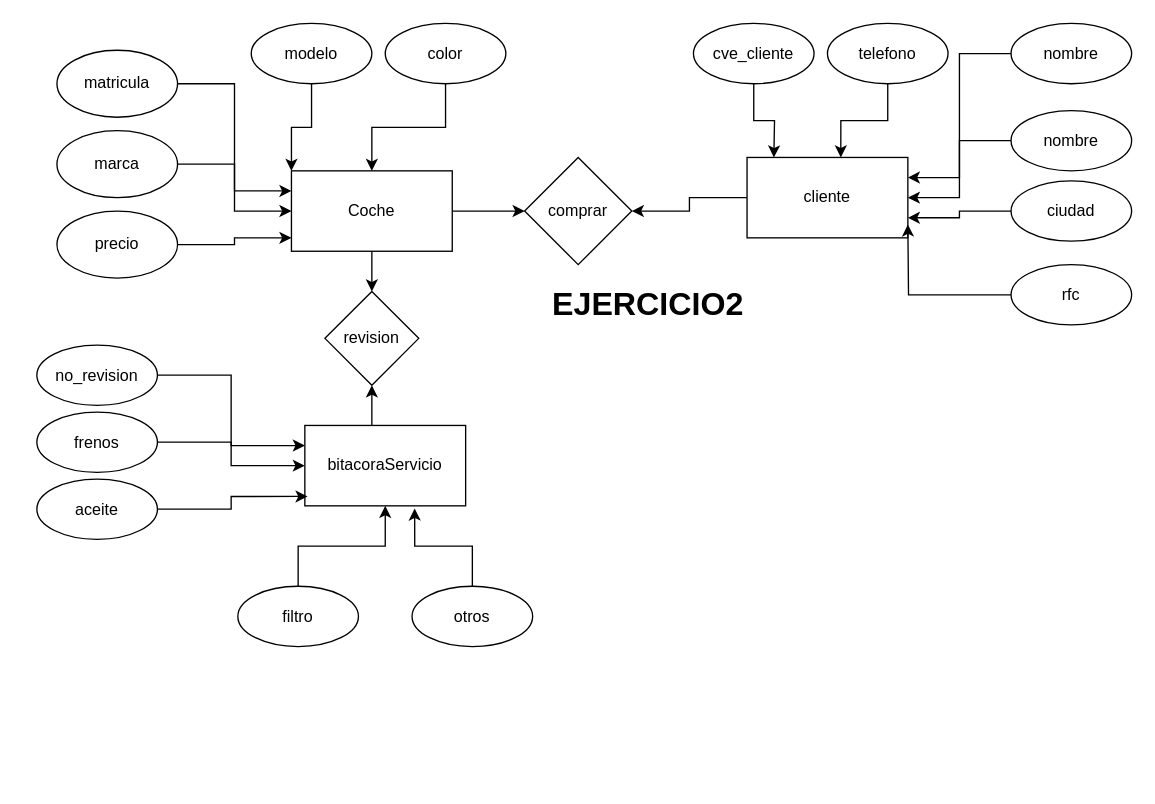
Above: ejercicio2.drawio in sofiaGibHub/baseDatos (draw.io), before the change. Source tidied: cells renumbered, new cells numbered last; positions are measured from the earlier drawing's top-left corner, leaving out a move shared by most shapes. Both pictures are drawn from the tidied source at 134%, with x=0, y=0 at pixel (36, 23).
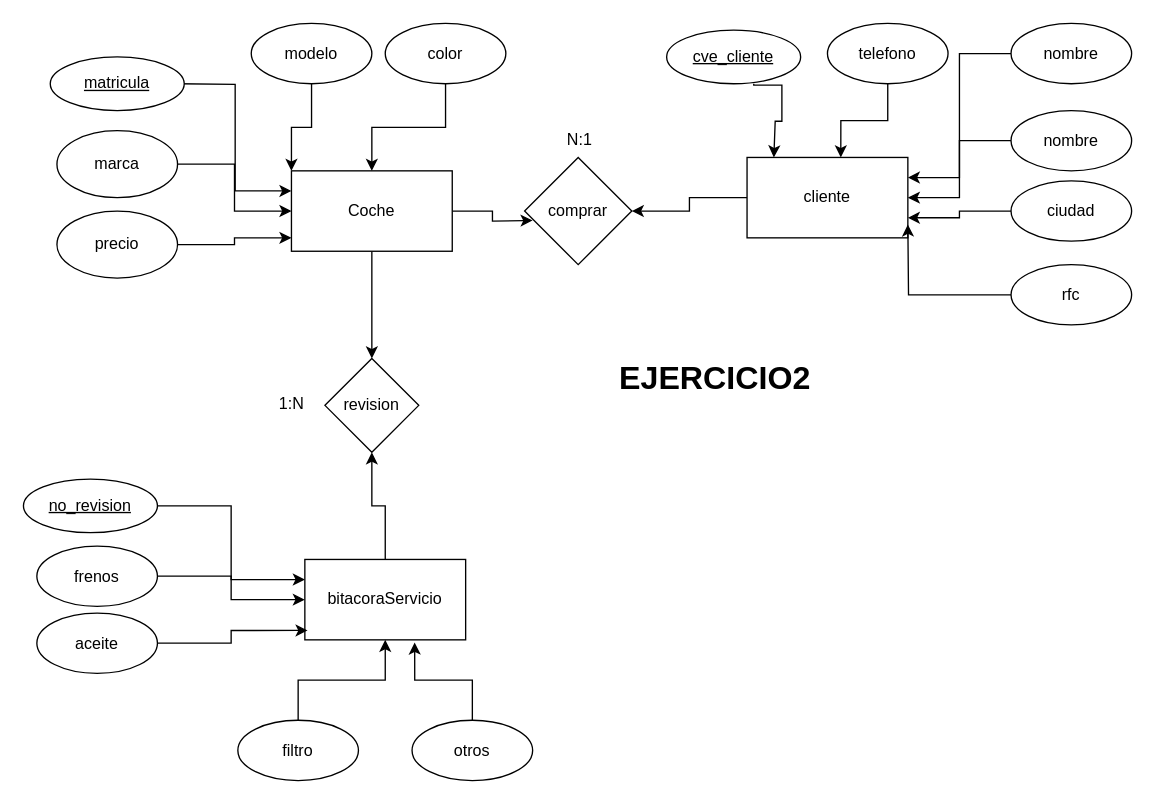
The same page after the edit.

Unchanged cells that the change refers to:
```xml
<mxCell id="4" value="Coche" style="rounded=0;whiteSpace=wrap;html=1;" parent="1" vertex="1">
  <mxGeometry x="190" y="110" width="120" height="60" as="geometry" />
</mxCell>
<mxCell id="16" value="cliente" style="rounded=0;whiteSpace=wrap;html=1;" parent="1" vertex="1">
  <mxGeometry x="530" y="100" width="120" height="60" as="geometry" />
</mxCell>
<mxCell id="29" value="comprar" style="rhombus;whiteSpace=wrap;html=1;" parent="1" vertex="1">
  <mxGeometry x="364" y="100" width="80" height="80" as="geometry" />
</mxCell>
```

Diff of the diagram source:
```diff
@@
-    <mxCell id="2" style="edgeStyle=orthogonalEdgeStyle;rounded=0;jettySize=auto;html=1;exitX=1;exitY=0.5;exitDx=0;exitDy=0;" parent="1" edge="1" source="4" target="29">
-      <mxGeometry relative="1" as="geometry" />
-    </mxCell>
+    <mxCell id="44" style="edgeStyle=orthogonalEdgeStyle;rounded=0;jettySize=auto;html=1;entryX=0.5;entryY=1.067;entryDx=0;entryDy=0;entryPerimeter=0;" parent="1" edge="1" source="4">
+      <mxGeometry relative="1" as="geometry">
+        <mxPoint x="370" y="147" as="targetPoint" />
+      </mxGeometry>
+    </mxCell>
-    <mxCell id="3" style="edgeStyle=orthogonalEdgeStyle;rounded=0;jettySize=auto;html=1;exitX=0.5;exitY=1;exitDx=0;exitDy=0;entryX=0.5;entryY=0;entryDx=0;entryDy=0;" parent="1" edge="1" source="4" target="42">
+    <mxCell id="3" style="edgeStyle=orthogonalEdgeStyle;rounded=0;jettySize=auto;html=1;" parent="1" edge="1" source="4" target="42">
       <mxGeometry relative="1" as="geometry" />
     </mxCell>
@@
-    <mxCell id="5" style="edgeStyle=orthogonalEdgeStyle;rounded=0;jettySize=auto;html=1;exitX=1;exitY=0.5;exitDx=0;exitDy=0;entryX=0;entryY=0.25;entryDx=0;entryDy=0;" parent="1" edge="1" source="6" target="4">
-      <mxGeometry relative="1" as="geometry" />
+    <mxCell id="5" style="edgeStyle=orthogonalEdgeStyle;rounded=0;jettySize=auto;html=1;exitX=1;exitY=0.5;exitDx=0;exitDy=0;entryX=0;entryY=0.25;entryDx=0;entryDy=0;" parent="1" edge="1" target="4">
+      <mxGeometry relative="1" as="geometry">
+        <mxPoint x="105" y="45" as="sourcePoint" />
+      </mxGeometry>
     </mxCell>
-    <mxCell id="6" value="matricula" style="ellipse;whiteSpace=wrap;html=1;" parent="1" vertex="1">
-      <mxGeometry x="15" y="20" width="90" height="50" as="geometry" />
-    </mxCell>
@@
-    <mxCell id="15" style="edgeStyle=orthogonalEdgeStyle;rounded=0;jettySize=auto;html=1;" parent="1" edge="1" source="16" target="29">
+    <mxCell id="15" style="edgeStyle=orthogonalEdgeStyle;rounded=0;jettySize=auto;html=1;entryX=1;entryY=0.5;entryDx=0;entryDy=0;" parent="1" edge="1" source="16" target="29">
       <mxGeometry relative="1" as="geometry" />
     </mxCell>
@@
-    <mxCell id="17" style="edgeStyle=orthogonalEdgeStyle;rounded=0;jettySize=auto;html=1;" parent="1" edge="1" source="18">
+    <mxCell id="17" style="edgeStyle=orthogonalEdgeStyle;rounded=0;orthogonalLoop=1;jettySize=auto;html=1;" parent="1" edge="1">
       <mxGeometry relative="1" as="geometry">
+        <mxPoint x="535" y="45" as="sourcePoint" />
         <mxPoint x="550" y="100" as="targetPoint" />
+        <Array as="points">
+          <mxPoint x="535" y="46" />
+          <mxPoint x="556" y="46" />
+          <mxPoint x="556" y="73" />
+          <mxPoint x="551" y="73" />
+        </Array>
       </mxGeometry>
     </mxCell>
-    <mxCell id="18" value="cve_cliente" style="ellipse;whiteSpace=wrap;html=1;" parent="1" vertex="1">
-      <mxGeometry x="490" width="90" height="45" as="geometry" />
-    </mxCell>
@@
-    <mxCell id="30" style="edgeStyle=orthogonalEdgeStyle;rounded=0;jettySize=auto;html=1;entryX=0.5;entryY=1;entryDx=0;entryDy=0;" parent="1" edge="1" source="31" target="42">
-      <mxGeometry relative="1" as="geometry">
-        <Array as="points">
-          <mxPoint x="250" y="300" />
-          <mxPoint x="250" y="300" />
-        </Array>
-      </mxGeometry>
+    <mxCell id="30" style="edgeStyle=orthogonalEdgeStyle;rounded=0;jettySize=auto;html=1;" parent="1" edge="1" source="31" target="42">
+      <mxGeometry relative="1" as="geometry" />
     </mxCell>
     <mxCell id="31" value="bitacoraServicio" style="rounded=0;whiteSpace=wrap;html=1;" parent="1" vertex="1">
-      <mxGeometry x="200" y="300" width="120" height="60" as="geometry" />
+      <mxGeometry x="200" y="400" width="120" height="60" as="geometry" />
     </mxCell>
@@
-    <mxCell id="33" value="no_revision&lt;br&gt;" style="ellipse;whiteSpace=wrap;html=1;" parent="1" vertex="1">
-      <mxGeometry y="240" width="90" height="45" as="geometry" />
-    </mxCell>
@@
     <mxCell id="35" value="frenos" style="ellipse;whiteSpace=wrap;html=1;" parent="1" vertex="1">
-      <mxGeometry y="290" width="90" height="45" as="geometry" />
+      <mxGeometry y="390" width="90" height="45" as="geometry" />
     </mxCell>
@@
     <mxCell id="37" value="aceite" style="ellipse;whiteSpace=wrap;html=1;" parent="1" vertex="1">
-      <mxGeometry y="340" width="90" height="45" as="geometry" />
+      <mxGeometry y="440" width="90" height="45" as="geometry" />
     </mxCell>
@@
     <mxCell id="39" value="filtro" style="ellipse;whiteSpace=wrap;html=1;" parent="1" vertex="1">
-      <mxGeometry x="150" y="420" width="90" height="45" as="geometry" />
+      <mxGeometry x="150" y="520" width="90" height="45" as="geometry" />
     </mxCell>
@@
     <mxCell id="41" value="otros" style="ellipse;whiteSpace=wrap;html=1;" parent="1" vertex="1">
-      <mxGeometry x="280" y="420" width="90" height="45" as="geometry" />
+      <mxGeometry x="280" y="520" width="90" height="45" as="geometry" />
     </mxCell>
     <mxCell id="42" value="revision" style="rhombus;whiteSpace=wrap;html=1;" parent="1" vertex="1">
-      <mxGeometry x="215" y="200" width="70" height="70" as="geometry" />
+      <mxGeometry x="215" y="250" width="70" height="70" as="geometry" />
     </mxCell>
     <mxCell id="43" value="&lt;h1&gt;EJERCICIO2&lt;/h1&gt;" style="text;html=1;strokeColor=none;fillColor=none;spacing=5;spacingTop=-20;whiteSpace=wrap;overflow=hidden;rounded=0;" parent="1" vertex="1">
-      <mxGeometry x="380" y="190" width="190" height="120" as="geometry" />
+      <mxGeometry x="430" y="245" width="190" height="120" as="geometry" />
     </mxCell>
+    <mxCell id="6" value="matricula" style="ellipse;whiteSpace=wrap;html=1;align=center;fontStyle=4;" parent="1" vertex="1">
+      <mxGeometry x="10" y="25" width="100" height="40" as="geometry" />
+    </mxCell>
+    <mxCell id="33" value="no_revision" style="ellipse;whiteSpace=wrap;html=1;align=center;fontStyle=4;" parent="1" vertex="1">
+      <mxGeometry x="-10" y="340" width="100" height="40" as="geometry" />
+    </mxCell>
+    <mxCell id="18" value="cve_cliente" style="ellipse;whiteSpace=wrap;html=1;align=center;fontStyle=4;" parent="1" vertex="1">
+      <mxGeometry x="470" y="5" width="100" height="40" as="geometry" />
+    </mxCell>
+    <mxCell id="45" value="N:1" style="text;strokeColor=none;fillColor=none;spacingLeft=4;spacingRight=4;overflow=hidden;fontSize=12;whiteSpace=wrap;html=1;" parent="1" vertex="1">
+      <mxGeometry x="390" y="72.5" width="40" height="30" as="geometry" />
+    </mxCell>
+    <mxCell id="46" value="1:N" style="text;strokeColor=none;fillColor=none;spacingLeft=4;spacingRight=4;overflow=hidden;fontSize=12;whiteSpace=wrap;html=1;" parent="1" vertex="1">
+      <mxGeometry x="175" y="270" width="40" height="30" as="geometry" />
+    </mxCell>
```
